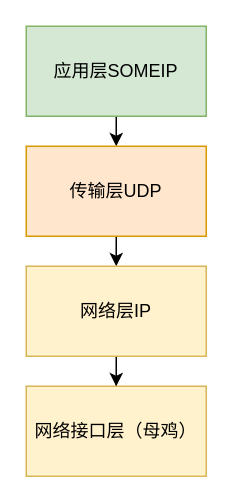
Before: pcap.drawio in Sahala08/DrawIO_File, a draw.io diagram. Source tidied: cells renumbered, new cells numbered last; positions are measured from the earlier drawing's top-left corner, leaving out a move shared by most shapes. Both pictures are drawn from the tidied source at 150%, with x=0, y=0 at pixel (26, 26).
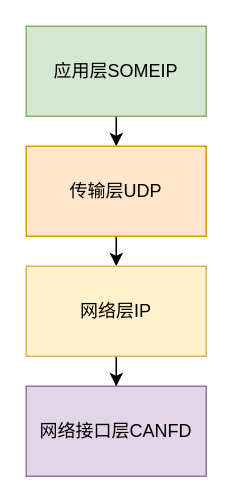
Above is the later version.

Change to the diagram source:
```diff
@@
 <mxGraphModel>
   <root>
     <mxCell id="0" />
     <mxCell id="1" parent="0" />
     <mxCell id="2" style="edgeStyle=orthogonalEdgeStyle;rounded=0;jettySize=auto;html=1;exitX=0.5;exitY=1;exitDx=0;exitDy=0;entryX=0.5;entryY=0;entryDx=0;entryDy=0;" parent="1" edge="1" source="3" target="5">
       <mxGeometry relative="1" as="geometry" />
     </mxCell>
     <mxCell id="3" value="应用层SOMEIP" style="rounded=0;whiteSpace=wrap;html=1;fillColor=#d5e8d4;strokeColor=#82b366;" parent="1" vertex="1">
       <mxGeometry width="120" height="60" as="geometry" />
     </mxCell>
     <mxCell id="4" style="edgeStyle=orthogonalEdgeStyle;rounded=0;jettySize=auto;html=1;exitX=0.5;exitY=1;exitDx=0;exitDy=0;entryX=0.5;entryY=0;entryDx=0;entryDy=0;" parent="1" edge="1" source="5" target="7">
       <mxGeometry relative="1" as="geometry" />
     </mxCell>
     <mxCell id="5" value="传输层UDP" style="rounded=0;whiteSpace=wrap;html=1;fillColor=#ffe6cc;strokeColor=#d79b00;" parent="1" vertex="1">
       <mxGeometry y="80" width="120" height="60" as="geometry" />
     </mxCell>
     <mxCell id="6" style="edgeStyle=orthogonalEdgeStyle;rounded=0;jettySize=auto;html=1;exitX=0.5;exitY=1;exitDx=0;exitDy=0;" parent="1" edge="1" source="7" target="8">
       <mxGeometry relative="1" as="geometry" />
     </mxCell>
     <mxCell id="7" value="网络层IP" style="rounded=0;whiteSpace=wrap;html=1;fillColor=#fff2cc;strokeColor=#d6b656;" parent="1" vertex="1">
       <mxGeometry y="160" width="120" height="60" as="geometry" />
     </mxCell>
-    <mxCell id="8" value="网络接口层（母鸡）" style="rounded=0;whiteSpace=wrap;html=1;fillColor=#fff2cc;strokeColor=#d6b656;" parent="1" vertex="1">
+    <mxCell id="8" value="网络接口层CANFD" style="rounded=0;whiteSpace=wrap;html=1;fillColor=#e1d5e7;strokeColor=#9673a6;" parent="1" vertex="1">
       <mxGeometry y="240" width="120" height="60" as="geometry" />
     </mxCell>
   </root>
 </mxGraphModel>
```
